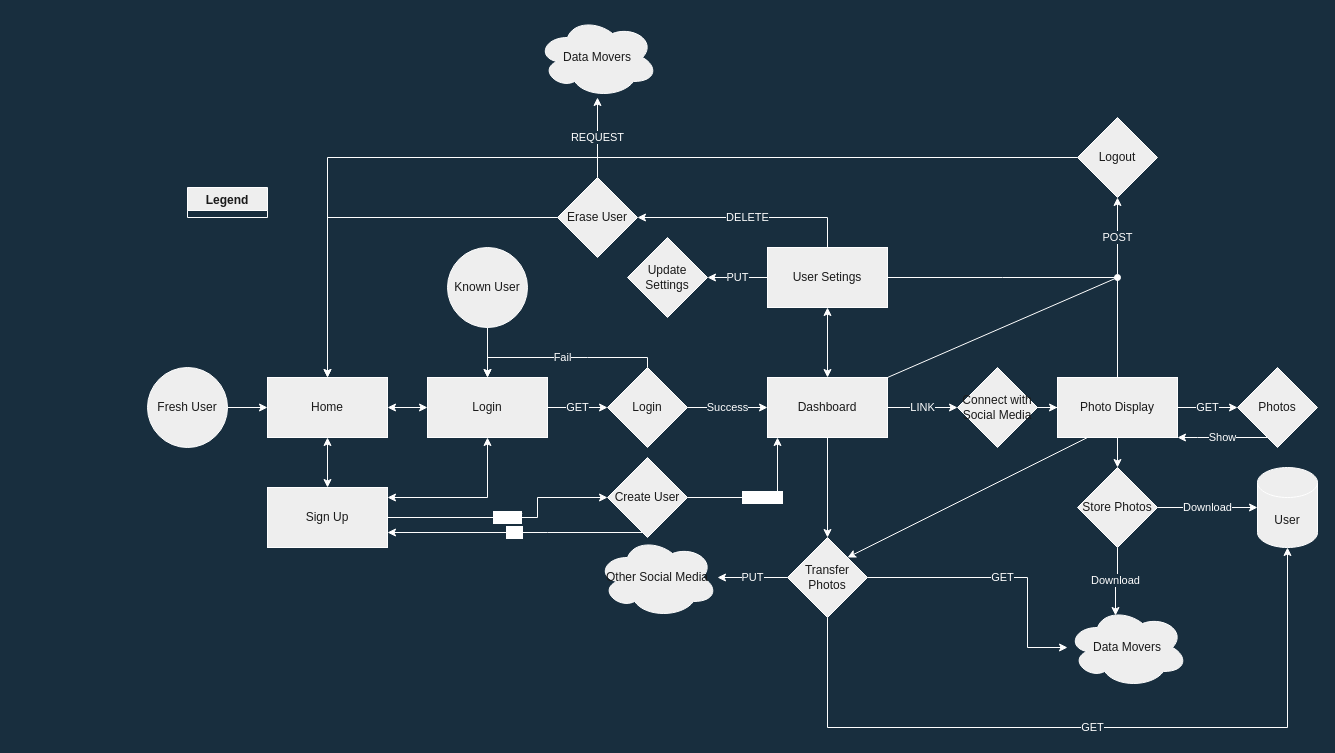
Earlier version of the draw.io diagram User Data Flow.drawio (r-d-jorgensen/Data-Movers-Webpage). Source tidied: cells renumbered, new cells numbered last; positions are measured from the earlier drawing's top-left corner, leaving out a move shared by most shapes. Both pictures are drawn from the tidied source at 100%, with x=0, y=0 at pixel (147, 17).
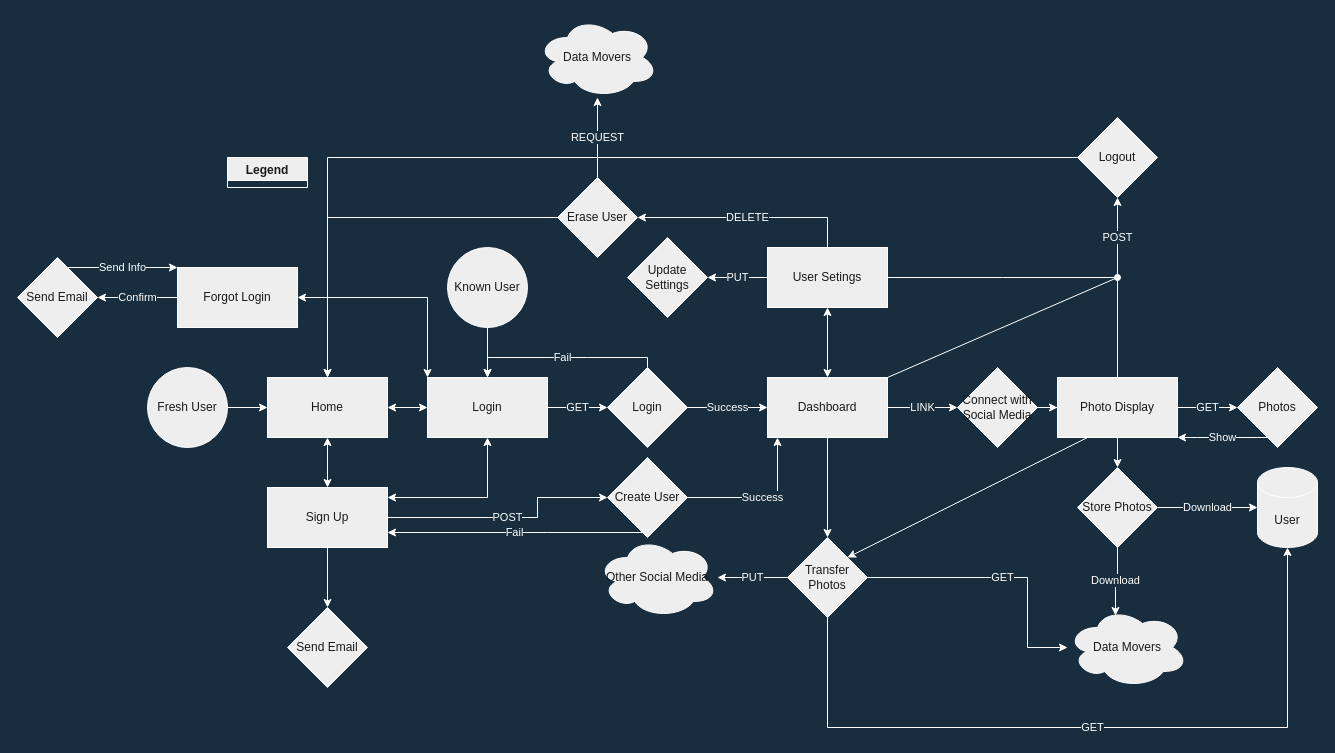
The same page after the edit.

The change refers to these unchanged cells:
```xml
<mxCell id="3" value="Home" style="rounded=0;whiteSpace=wrap;html=1;fillColor=#EEEEEE;strokeColor=#FFFFFF;fontColor=#1A1A1A;" parent="1" vertex="1">
  <mxGeometry x="120" y="360" width="120" height="60" as="geometry" />
</mxCell>
<mxCell id="9" value="Login" style="rounded=0;whiteSpace=wrap;html=1;fillColor=#EEEEEE;strokeColor=#FFFFFF;fontColor=#1A1A1A;" parent="1" vertex="1">
  <mxGeometry x="280" y="360" width="120" height="60" as="geometry" />
</mxCell>
<mxCell id="53" value="Sign Up" style="rounded=0;whiteSpace=wrap;html=1;fillColor=#EEEEEE;strokeColor=#FFFFFF;fontColor=#1A1A1A;" parent="1" vertex="1">
  <mxGeometry x="120" y="470" width="120" height="60" as="geometry" />
</mxCell>
<mxCell id="56" value="Create User" style="rhombus;whiteSpace=wrap;html=1;fontColor=#1A1A1A;strokeColor=#FFFFFF;fillColor=#EEEEEE;" parent="1" vertex="1">
  <mxGeometry x="460" y="440" width="80" height="80" as="geometry" />
</mxCell>
```

The edit, as a diff of the source:
```diff
@@
-    <mxCell id="2" style="edgeStyle=orthogonalEdgeStyle;rounded=0;jettySize=auto;html=1;entryX=0.5;entryY=0;entryDx=0;entryDy=0;fontColor=#FFFFFF;strokeColor=#FFFFFF;endArrow=classic;endFill=1;startArrow=classic;startFill=1;" parent="1" edge="1" source="3" target="53">
+    <mxCell id="2" style="edgeStyle=orthogonalEdgeStyle;rounded=0;jettySize=auto;html=1;entryX=0.5;entryY=0;entryDx=0;entryDy=0;fontColor=#FFFFFF;strokeColor=#FFFFFF;endArrow=classic;endFill=1;startArrow=classic;startFill=1;labelBackgroundColor=#182E3E;" parent="1" edge="1" source="3" target="53">
       <mxGeometry relative="1" as="geometry" />
     </mxCell>
@@
+    <mxCell id="57" style="edgeStyle=orthogonalEdgeStyle;rounded=0;jettySize=auto;html=1;entryX=1;entryY=0.5;entryDx=0;entryDy=0;startArrow=classic;startFill=1;labelBackgroundColor=#182E3E;strokeColor=#FFFFFF;fontColor=#FFFFFF;" parent="1" edge="1" source="9" target="63">
+      <mxGeometry relative="1" as="geometry">
+        <Array as="points">
+          <mxPoint x="280" y="280" />
+        </Array>
+      </mxGeometry>
+    </mxCell>
@@
     <mxCell id="32" value="Legend" style="swimlane;fontColor=#1A1A1A;strokeColor=#FFFFFF;fillColor=#EEEEEE;" parent="1" vertex="1" collapsed="1">
-      <mxGeometry x="40" y="170" width="80" height="30" as="geometry" />
+      <mxGeometry x="80" y="140" width="80" height="30" as="geometry" />
     </mxCell>
@@
-    <mxCell id="51" style="edgeStyle=orthogonalEdgeStyle;rounded=0;jettySize=auto;html=1;fontColor=#FFFFFF;strokeColor=#FFFFFF;entryX=0.5;entryY=1;entryDx=0;entryDy=0;startArrow=classic;startFill=1;" parent="1" edge="1" source="53" target="9">
+    <mxCell id="51" style="edgeStyle=orthogonalEdgeStyle;rounded=0;jettySize=auto;html=1;fontColor=#FFFFFF;strokeColor=#FFFFFF;entryX=0.5;entryY=1;entryDx=0;entryDy=0;startArrow=classic;startFill=1;labelBackgroundColor=#182E3E;" parent="1" edge="1" source="53" target="9">
       <mxGeometry relative="1" as="geometry">
         <Array as="points">
           <mxPoint x="340" y="480" />
         </Array>
       </mxGeometry>
     </mxCell>
-    <mxCell id="52" value="POST" style="edgeStyle=orthogonalEdgeStyle;rounded=0;jettySize=auto;html=1;fontColor=#FFFFFF;strokeColor=#FFFFFF;entryX=0;entryY=0.5;entryDx=0;entryDy=0;" parent="1" edge="1" source="53" target="56">
+    <mxCell id="52" value="POST" style="edgeStyle=orthogonalEdgeStyle;rounded=0;jettySize=auto;html=1;fontColor=#FFFFFF;strokeColor=#FFFFFF;entryX=0;entryY=0.5;entryDx=0;entryDy=0;labelBackgroundColor=#182E3E;" parent="1" edge="1" source="53" target="56">
       <mxGeometry relative="1" as="geometry">
         <Array as="points">
           <mxPoint x="390" y="500" />
           <mxPoint x="390" y="480" />
         </Array>
       </mxGeometry>
     </mxCell>
+    <mxCell id="58" style="edgeStyle=orthogonalEdgeStyle;rounded=0;jettySize=auto;html=1;labelBackgroundColor=#182E3E;strokeColor=#FFFFFF;fontColor=#FFFFFF;" parent="1" edge="1" source="53" target="59">
+      <mxGeometry relative="1" as="geometry" />
+    </mxCell>
@@
-    <mxCell id="54" value="Success" style="edgeStyle=orthogonalEdgeStyle;rounded=0;jettySize=auto;html=1;fontColor=#FFFFFF;startArrow=none;startFill=0;endArrow=classic;endFill=1;strokeColor=#FFFFFF;" parent="1" edge="1" source="56">
+    <mxCell id="54" value="Success" style="edgeStyle=orthogonalEdgeStyle;rounded=0;jettySize=auto;html=1;fontColor=#FFFFFF;startArrow=none;startFill=0;endArrow=classic;endFill=1;strokeColor=#FFFFFF;labelBackgroundColor=#182E3E;" parent="1" edge="1" source="56">
       <mxGeometry relative="1" as="geometry">
         <mxPoint x="630" y="420" as="targetPoint" />
         <Array as="points">
           <mxPoint x="630" y="480" />
           <mxPoint x="630" y="420" />
         </Array>
       </mxGeometry>
     </mxCell>
-    <mxCell id="55" value="Fail" style="edgeStyle=orthogonalEdgeStyle;rounded=0;jettySize=auto;html=1;entryX=1;entryY=0.75;entryDx=0;entryDy=0;fontColor=#FFFFFF;startArrow=none;startFill=0;endArrow=classic;endFill=1;strokeColor=#FFFFFF;" parent="1" edge="1" source="56" target="53">
+    <mxCell id="55" value="Fail" style="edgeStyle=orthogonalEdgeStyle;rounded=0;jettySize=auto;html=1;entryX=1;entryY=0.75;entryDx=0;entryDy=0;fontColor=#FFFFFF;startArrow=none;startFill=0;endArrow=classic;endFill=1;strokeColor=#FFFFFF;labelBackgroundColor=#182E3E;" parent="1" edge="1" source="56" target="53">
       <mxGeometry relative="1" as="geometry">
         <Array as="points">
           <mxPoint x="400" y="515" />
           <mxPoint x="400" y="515" />
         </Array>
       </mxGeometry>
     </mxCell>
@@
+    <mxCell id="59" value="Send Email" style="rhombus;whiteSpace=wrap;html=1;fillColor=#EEEEEE;strokeColor=#FFFFFF;fontColor=#1A1A1A;" parent="1" vertex="1">
+      <mxGeometry x="140" y="590" width="80" height="80" as="geometry" />
+    </mxCell>
+    <mxCell id="60" value="Send Info" style="edgeStyle=orthogonalEdgeStyle;rounded=0;jettySize=auto;html=1;entryX=0;entryY=0;entryDx=0;entryDy=0;labelBackgroundColor=#182E3E;strokeColor=#FFFFFF;fontColor=#FFFFFF;" parent="1" edge="1" source="61" target="63">
+      <mxGeometry relative="1" as="geometry">
+        <Array as="points">
+          <mxPoint x="-50" y="250" />
+          <mxPoint x="-50" y="250" />
+        </Array>
+      </mxGeometry>
+    </mxCell>
+    <mxCell id="61" value="Send Email" style="rhombus;whiteSpace=wrap;html=1;fillColor=#EEEEEE;strokeColor=#FFFFFF;fontColor=#1A1A1A;" parent="1" vertex="1">
+      <mxGeometry x="-130" y="240" width="80" height="80" as="geometry" />
+    </mxCell>
+    <mxCell id="62" value="Confirm" style="edgeStyle=orthogonalEdgeStyle;rounded=0;jettySize=auto;html=1;entryX=1;entryY=0.5;entryDx=0;entryDy=0;labelBackgroundColor=#182E3E;strokeColor=#FFFFFF;fontColor=#FFFFFF;" parent="1" edge="1" source="63" target="61">
+      <mxGeometry relative="1" as="geometry" />
+    </mxCell>
+    <mxCell id="63" value="Forgot Login" style="rounded=0;whiteSpace=wrap;html=1;fillColor=#EEEEEE;strokeColor=#FFFFFF;fontColor=#1A1A1A;" parent="1" vertex="1">
+      <mxGeometry x="30" y="250" width="120" height="60" as="geometry" />
+    </mxCell>
```
